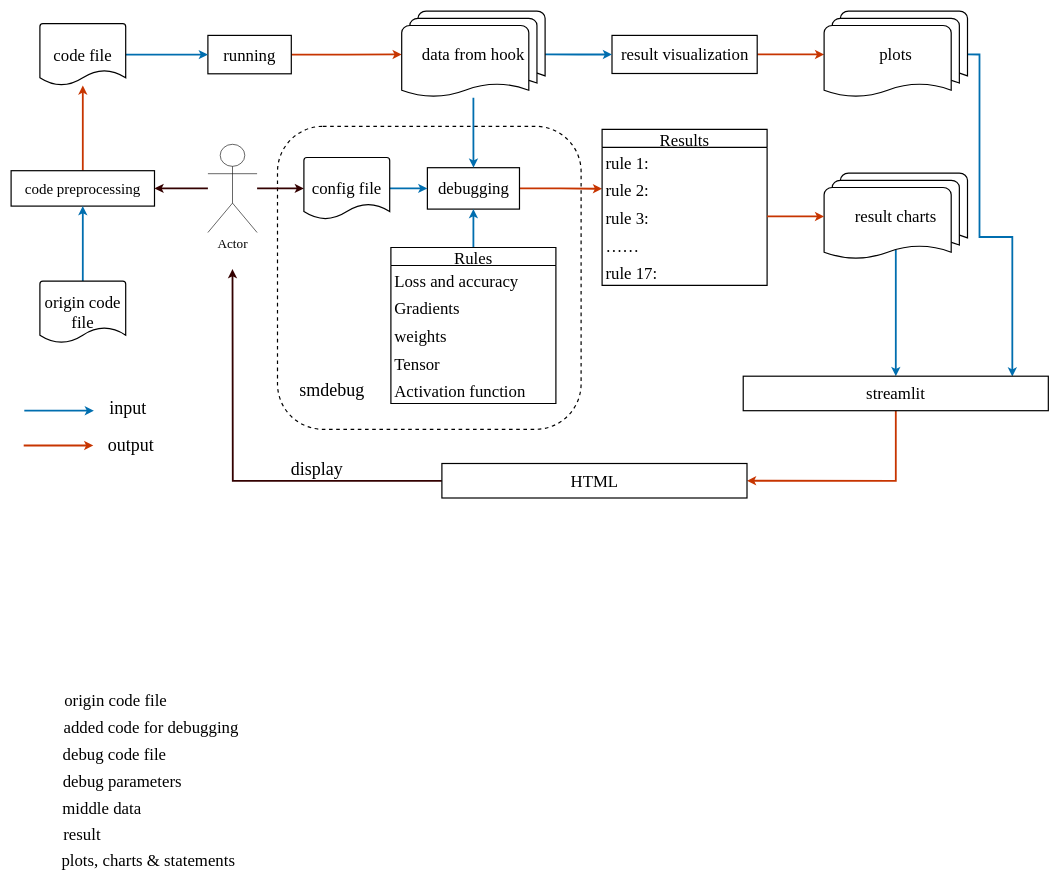
This is 未命名绘图.drawio from GyaFigaro/sagemaker_debugger, a draw.io file, before an edit. Source tidied: cells renumbered, new cells numbered last; positions are measured from the earlier drawing's top-left corner, leaving out a move shared by most shapes. Both pictures are drawn from the tidied source at 60%, with x=0, y=0 at pixel (11, 11).
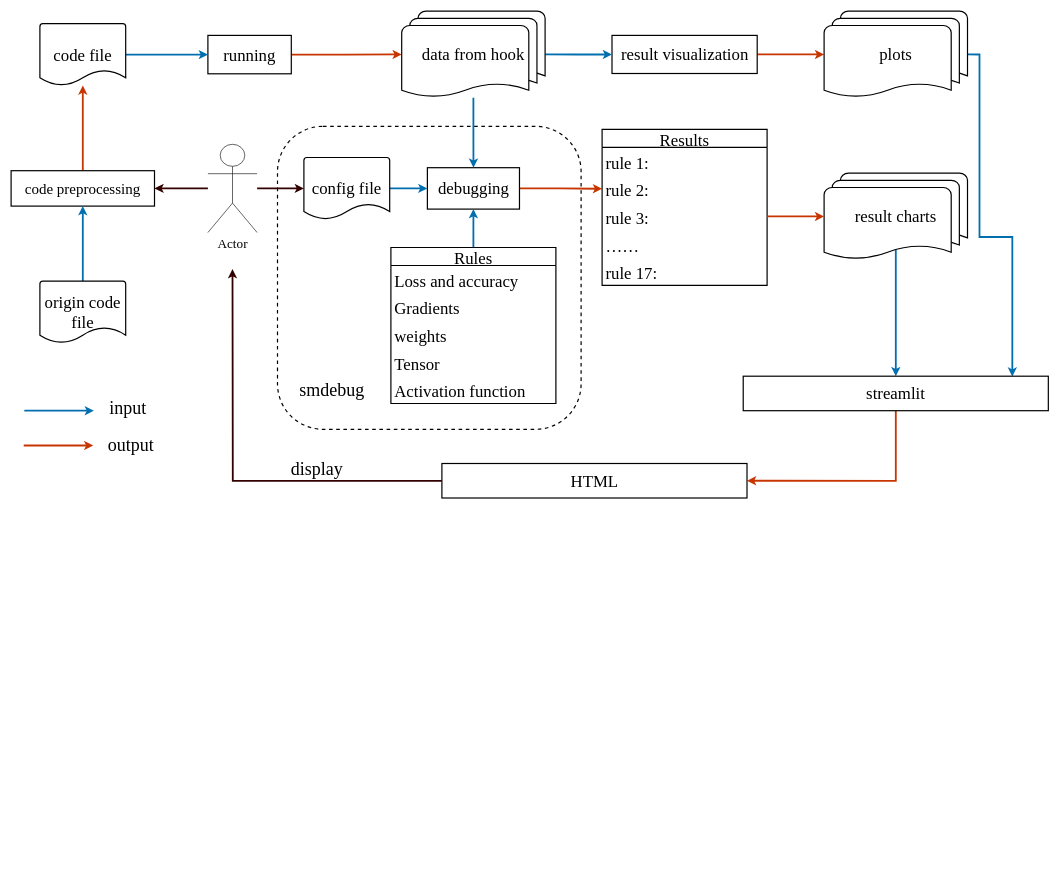
Above is the later version.

Change to the diagram source:
```diff
@@
-    <mxCell id="5" style="edgeStyle=none;rounded=0;orthogonalLoop=1;jettySize=auto;html=1;exitX=0;exitY=0.3333333333333333;exitDx=0;exitDy=0;exitPerimeter=0;" parent="1" edge="1">
-      <mxGeometry relative="1" as="geometry">
-        <mxPoint x="289" y="1269.3" as="sourcePoint" />
-        <mxPoint x="289" y="1269.3" as="targetPoint" />
-      </mxGeometry>
-    </mxCell>
@@
-    <mxCell id="15" value="origin code file" style="text;html=1;strokeColor=none;fillColor=none;align=center;verticalAlign=middle;whiteSpace=wrap;rounded=0;fontFamily=Times New Roman;fontSize=28;" parent="1" vertex="1">
-      <mxGeometry x="68" y="1129" width="213" height="40" as="geometry" />
-    </mxCell>
-    <mxCell id="16" value="added code for debugging" style="text;html=1;strokeColor=none;fillColor=none;align=center;verticalAlign=middle;whiteSpace=wrap;rounded=0;fontFamily=Times New Roman;fontSize=28;" parent="1" vertex="1">
-      <mxGeometry x="68" y="1175" width="331" height="38" as="geometry" />
-    </mxCell>
-    <mxCell id="17" value="debug code file" style="text;html=1;strokeColor=none;fillColor=none;align=center;verticalAlign=middle;whiteSpace=wrap;rounded=0;fontFamily=Times New Roman;fontSize=28;" parent="1" vertex="1">
-      <mxGeometry x="68" y="1219" width="209" height="39" as="geometry" />
-    </mxCell>
-    <mxCell id="18" value="debug parameters" style="text;html=1;strokeColor=none;fillColor=none;align=center;verticalAlign=middle;whiteSpace=wrap;rounded=0;fontFamily=Times New Roman;fontSize=28;" parent="1" vertex="1">
-      <mxGeometry x="68" y="1267" width="235" height="34" as="geometry" />
-    </mxCell>
-    <mxCell id="19" value="middle data" style="text;html=1;strokeColor=none;fillColor=none;align=center;verticalAlign=middle;whiteSpace=wrap;rounded=0;fontFamily=Times New Roman;fontSize=28;" parent="1" vertex="1">
-      <mxGeometry x="68" y="1309" width="167" height="39" as="geometry" />
-    </mxCell>
-    <mxCell id="20" value="result" style="text;html=1;strokeColor=none;fillColor=none;align=center;verticalAlign=middle;whiteSpace=wrap;rounded=0;fontFamily=Times New Roman;fontSize=28;" parent="1" vertex="1">
-      <mxGeometry x="61" y="1348" width="115" height="48" as="geometry" />
-    </mxCell>
-    <mxCell id="21" value="plots, charts &amp;amp; statements&amp;nbsp;" style="text;html=1;strokeColor=none;fillColor=none;align=center;verticalAlign=middle;whiteSpace=wrap;rounded=0;fontFamily=Times New Roman;fontSize=28;" parent="1" vertex="1">
-      <mxGeometry x="61" y="1396" width="343" height="37" as="geometry" />
-    </mxCell>
```
